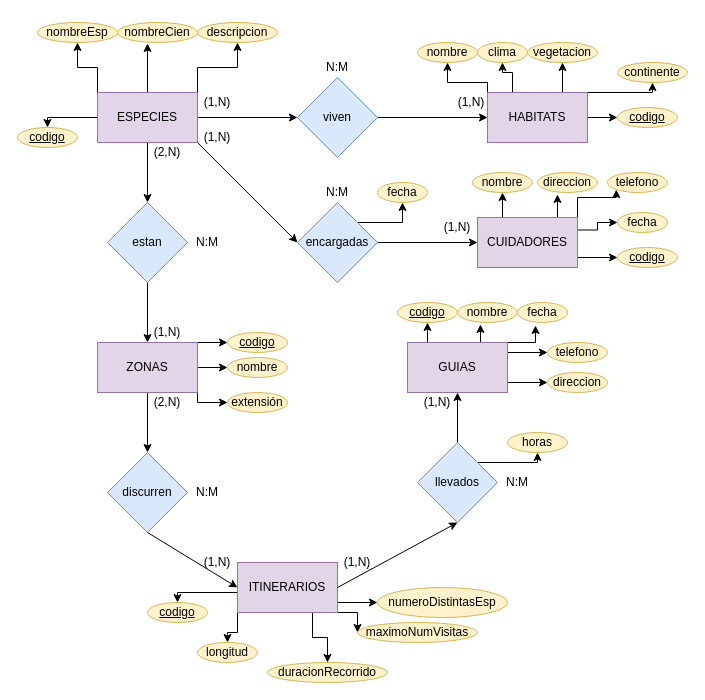
Earlier version of the draw.io diagram Zoo.drawio (Marta2192/Dam). Source tidied: cells renumbered, new cells numbered last; positions are measured from the earlier drawing's top-left corner, leaving out a move shared by most shapes. Both pictures are drawn from the tidied source at 100%, with x=0, y=0 at pixel (17, 22).
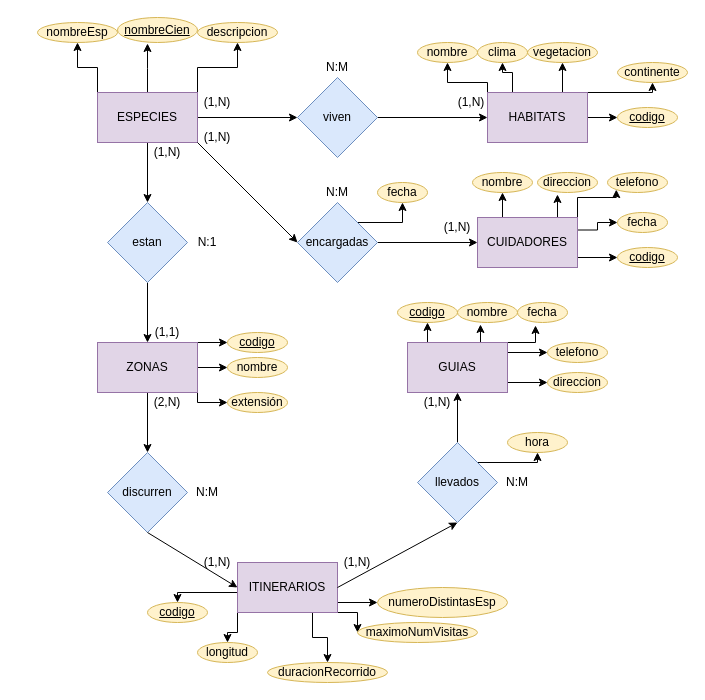
After the change.

Unchanged cells that the change refers to:
```xml
<mxCell id="8" value="ESPECIES" style="rounded=0;whiteSpace=wrap;html=1;fillColor=#e1d5e7;strokeColor=#9673a6;" parent="1" vertex="1">
  <mxGeometry x="80" y="70" width="100" height="50" as="geometry" />
</mxCell>
```

Change to the diagram source:
```diff
@@
-    <mxCell id="4" style="edgeStyle=orthogonalEdgeStyle;rounded=0;jettySize=auto;html=1;exitX=0.5;exitY=0;exitDx=0;exitDy=0;entryX=0.375;entryY=1.05;entryDx=0;entryDy=0;entryPerimeter=0;" parent="1" edge="1" source="8" target="18">
-      <mxGeometry relative="1" as="geometry" />
+    <mxCell id="4" style="edgeStyle=orthogonalEdgeStyle;rounded=0;jettySize=auto;html=1;exitX=0.5;exitY=0;exitDx=0;exitDy=0;entryX=0.375;entryY=1.05;entryDx=0;entryDy=0;entryPerimeter=0;" parent="1" edge="1" source="8">
+      <mxGeometry relative="1" as="geometry">
+        <mxPoint x="130" y="21" as="targetPoint" />
+      </mxGeometry>
     </mxCell>
@@
-    <mxCell id="6" style="edgeStyle=orthogonalEdgeStyle;rounded=0;jettySize=auto;html=1;exitX=0;exitY=0.5;exitDx=0;exitDy=0;entryX=0.5;entryY=0;entryDx=0;entryDy=0;" parent="1" edge="1" source="8" target="21">
-      <mxGeometry relative="1" as="geometry">
-        <Array as="points">
-          <mxPoint x="30" y="95" />
-        </Array>
-      </mxGeometry>
-    </mxCell>
@@
-    <mxCell id="18" value="nombreCien" style="ellipse;whiteSpace=wrap;html=1;align=center;fillColor=#fff2cc;strokeColor=#d6b656;" parent="1" vertex="1">
-      <mxGeometry x="100" width="80" height="20" as="geometry" />
-    </mxCell>
@@
-    <mxCell id="21" value="codigo" style="ellipse;whiteSpace=wrap;html=1;align=center;fontStyle=4;fillColor=#fff2cc;strokeColor=#d6b656;" parent="1" vertex="1">
-      <mxGeometry y="105" width="60" height="20" as="geometry" />
+    <mxCell id="21" value="nombreCien" style="ellipse;whiteSpace=wrap;html=1;align=center;fontStyle=4;fillColor=#fff2cc;strokeColor=#d6b656;" parent="1" vertex="1">
+      <mxGeometry x="100" y="-5" width="80" height="25" as="geometry" />
     </mxCell>
@@
-    <mxCell id="54" value="(2,N)" style="text;html=1;strokeColor=none;fillColor=none;align=center;verticalAlign=middle;whiteSpace=wrap;rounded=0;" parent="1" vertex="1">
+    <mxCell id="54" value="(1,N)" style="text;html=1;strokeColor=none;fillColor=none;align=center;verticalAlign=middle;whiteSpace=wrap;rounded=0;" parent="1" vertex="1">
       <mxGeometry x="130" y="120" width="40" height="20" as="geometry" />
     </mxCell>
-    <mxCell id="55" value="N:M" style="text;html=1;strokeColor=none;fillColor=none;align=center;verticalAlign=middle;whiteSpace=wrap;rounded=0;" parent="1" vertex="1">
+    <mxCell id="55" value="N:1" style="text;html=1;strokeColor=none;fillColor=none;align=center;verticalAlign=middle;whiteSpace=wrap;rounded=0;" parent="1" vertex="1">
       <mxGeometry x="170" y="210" width="40" height="20" as="geometry" />
     </mxCell>
-    <mxCell id="56" value="(1,N)" style="text;html=1;strokeColor=none;fillColor=none;align=center;verticalAlign=middle;whiteSpace=wrap;rounded=0;" parent="1" vertex="1">
+    <mxCell id="56" value="(1,1)" style="text;html=1;strokeColor=none;fillColor=none;align=center;verticalAlign=middle;whiteSpace=wrap;rounded=0;" parent="1" vertex="1">
       <mxGeometry x="130" y="300" width="40" height="20" as="geometry" />
     </mxCell>
@@
-    <mxCell id="89" value="horas" style="ellipse;whiteSpace=wrap;html=1;align=center;fillColor=#fff2cc;strokeColor=#d6b656;" parent="1" vertex="1">
+    <mxCell id="89" value="hora" style="ellipse;whiteSpace=wrap;html=1;align=center;fillColor=#fff2cc;strokeColor=#d6b656;" parent="1" vertex="1">
       <mxGeometry x="490" y="410" width="60" height="20" as="geometry" />
     </mxCell>
```
